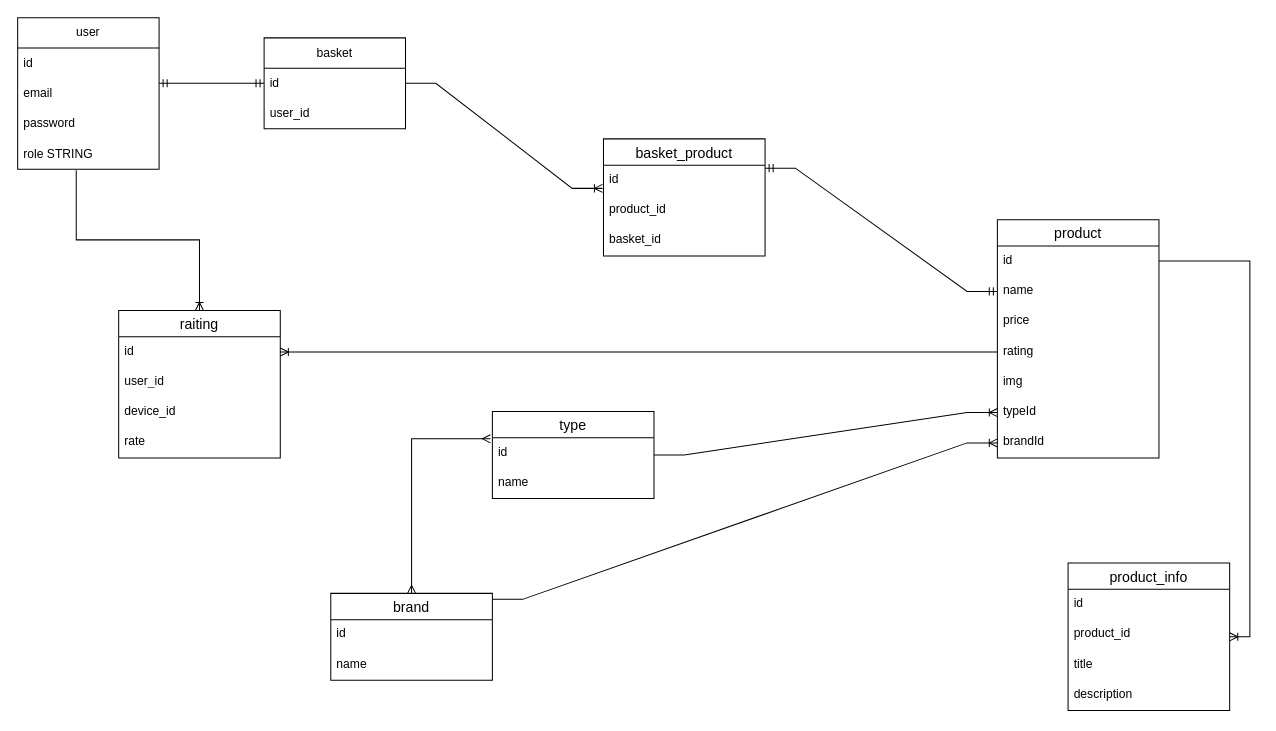
Earlier version of the draw.io diagram db_schema.drawio (st1gmat/santech_store_fullstack). Source tidied: cells renumbered, new cells numbered last; positions are measured from the earlier drawing's top-left corner, leaving out a move shared by most shapes. Both pictures are drawn from the tidied source at 101%, with x=0, y=0 at pixel (17, 17).
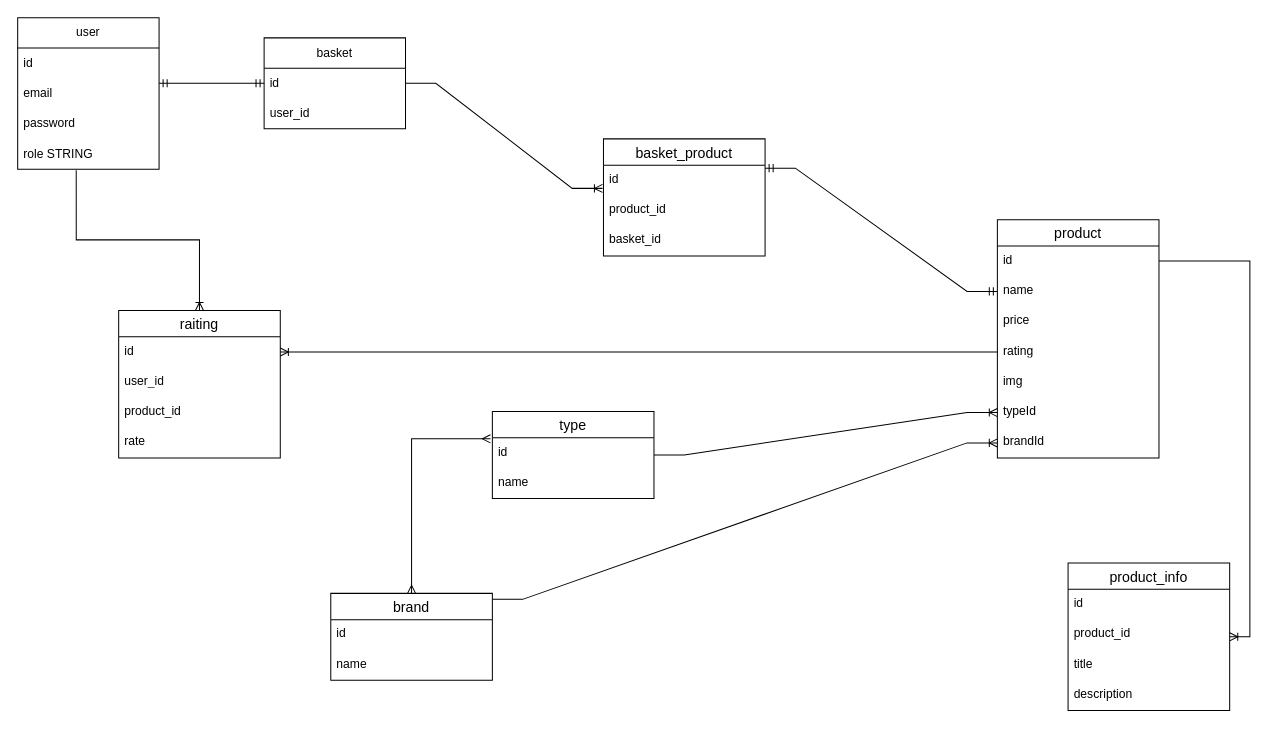
Above is the later version.

The change refers to these unchanged cells:
```xml
<mxCell id="39" value="raiting" style="swimlane;fontStyle=0;horizontal=1;startSize=26;align=center;fontSize=14;" parent="1" vertex="1">
  <mxGeometry x="100" y="290" width="160" height="146" as="geometry" />
</mxCell>
```

Diff of the diagram source:
```diff
@@
-    <mxCell id="42" value="device_id" style="text;strokeColor=none;fillColor=none;spacingLeft=4;spacingRight=4;overflow=hidden;fontSize=12;whiteSpace=wrap;html=1;" parent="39" vertex="1">
+    <mxCell id="42" value="product_id" style="text;strokeColor=none;fillColor=none;spacingLeft=4;spacingRight=4;overflow=hidden;fontSize=12;whiteSpace=wrap;html=1;" parent="39" vertex="1">
       <mxGeometry y="86" width="160" height="30" as="geometry" />
     </mxCell>
```
